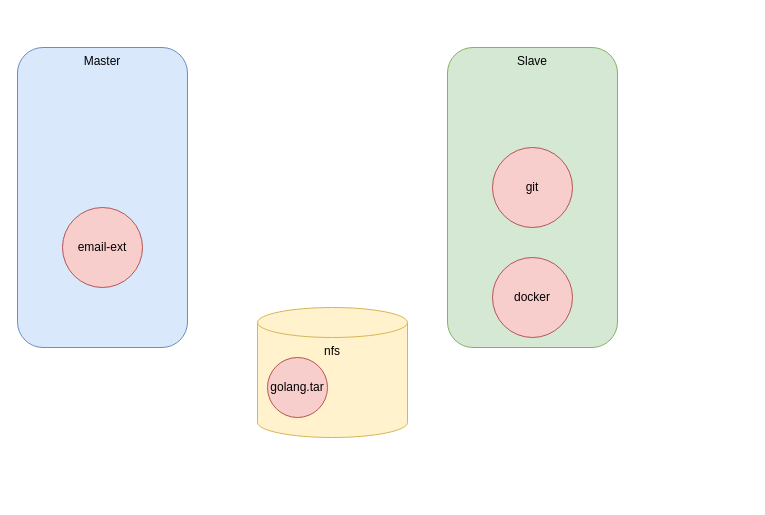
The draw.io diagram page "images" (3 of 5) of jenkins/resource/jenkins.drawio in jameszhangcn/infrastructure, before the edit. Source tidied: cells renumbered, new cells numbered last; positions are measured from the earlier drawing's top-left corner, leaving out a move shared by most shapes. Both pictures are drawn from the tidied source at 100%, with x=0, y=0 at pixel (17, 47).
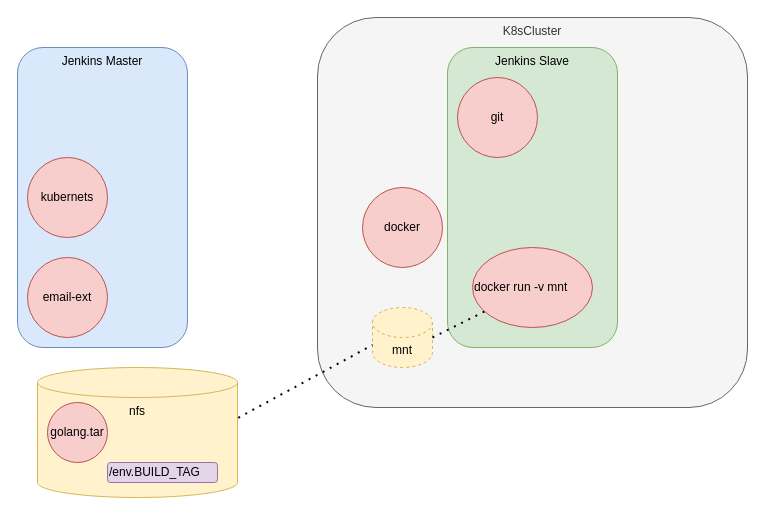
The same page after the edit.

Commit message (it also covers changes not shown here):
add the mnt nfs docker -v

Diff of the diagram source:
```diff
@@
 <mxGraphModel>
   <root>
     <mxCell id="0" />
     <mxCell id="1" parent="0" />
+    <mxCell id="9" value="K8sCluster" style="rounded=1;whiteSpace=wrap;html=1;fillColor=#f5f5f5;strokeColor=#666666;fontColor=#333333;verticalAlign=top;align=center;" parent="1" vertex="1">
+      <mxGeometry x="300" y="-30" width="430" height="390" as="geometry" />
+    </mxCell>
-    <mxCell id="2" value="Master" style="rounded=1;whiteSpace=wrap;html=1;fillColor=#dae8fc;strokeColor=#6c8ebf;verticalAlign=top;" parent="1" vertex="1">
+    <mxCell id="2" value="Jenkins Master" style="rounded=1;whiteSpace=wrap;html=1;fillColor=#dae8fc;strokeColor=#6c8ebf;verticalAlign=top;" parent="1" vertex="1">
       <mxGeometry width="170" height="300" as="geometry" />
     </mxCell>
-    <mxCell id="3" value="Slave" style="rounded=1;whiteSpace=wrap;html=1;fillColor=#d5e8d4;strokeColor=#82b366;verticalAlign=top;" parent="1" vertex="1">
+    <mxCell id="3" value="Jenkins Slave" style="rounded=1;whiteSpace=wrap;html=1;fillColor=#d5e8d4;strokeColor=#82b366;verticalAlign=top;" parent="1" vertex="1">
       <mxGeometry x="430" width="170" height="300" as="geometry" />
     </mxCell>
     <mxCell id="4" value="git" style="ellipse;whiteSpace=wrap;html=1;fillColor=#f8cecc;strokeColor=#b85450;" parent="1" vertex="1">
-      <mxGeometry x="475" y="100" width="80" height="80" as="geometry" />
+      <mxGeometry x="440" y="30" width="80" height="80" as="geometry" />
     </mxCell>
     <mxCell id="5" value="email-ext" style="ellipse;whiteSpace=wrap;html=1;fillColor=#f8cecc;strokeColor=#b85450;" parent="1" vertex="1">
-      <mxGeometry x="45" y="160" width="80" height="80" as="geometry" />
+      <mxGeometry x="10" y="210" width="80" height="80" as="geometry" />
     </mxCell>
     <mxCell id="6" value="docker" style="ellipse;whiteSpace=wrap;html=1;fillColor=#f8cecc;strokeColor=#b85450;" parent="1" vertex="1">
-      <mxGeometry x="475" y="210" width="80" height="80" as="geometry" />
+      <mxGeometry x="345" y="140" width="80" height="80" as="geometry" />
     </mxCell>
     <mxCell id="7" value="nfs" style="shape=cylinder3;whiteSpace=wrap;html=1;boundedLbl=1;backgroundOutline=1;size=15;fillColor=#fff2cc;strokeColor=#d6b656;verticalAlign=top;" parent="1" vertex="1">
-      <mxGeometry x="240" y="260" width="150" height="130" as="geometry" />
+      <mxGeometry x="20" y="320" width="200" height="130" as="geometry" />
     </mxCell>
     <mxCell id="8" value="golang.tar" style="ellipse;whiteSpace=wrap;html=1;fillColor=#f8cecc;strokeColor=#b85450;" parent="1" vertex="1">
-      <mxGeometry x="250" y="310" width="60" height="60" as="geometry" />
+      <mxGeometry x="30" y="355" width="60" height="60" as="geometry" />
     </mxCell>
+    <mxCell id="10" value="mnt" style="shape=cylinder3;whiteSpace=wrap;html=1;boundedLbl=1;backgroundOutline=1;size=15;align=center;fillColor=#fff2cc;strokeColor=#d6b656;dashed=1;" parent="1" vertex="1">
+      <mxGeometry x="355" y="260" width="60" height="60" as="geometry" />
+    </mxCell>
+    <mxCell id="11" style="endArrow=none;dashed=1;html=1;dashPattern=1 3;strokeWidth=2;exitX=1.004;exitY=0.387;exitDx=0;exitDy=0;exitPerimeter=0;entryX=0;entryY=0;entryDx=0;entryDy=37.5;entryPerimeter=0;" parent="1" edge="1" source="7" target="10">
+      <mxGeometry relative="1" as="geometry" />
+    </mxCell>
+    <mxCell id="12" value="docker run -v mnt" style="ellipse;whiteSpace=wrap;html=1;align=left;fillColor=#f8cecc;strokeColor=#b85450;" parent="1" vertex="1">
+      <mxGeometry x="455" y="200" width="120" height="80" as="geometry" />
+    </mxCell>
+    <mxCell id="13" value="kubernets" style="ellipse;whiteSpace=wrap;html=1;fillColor=#f8cecc;strokeColor=#b85450;" parent="1" vertex="1">
+      <mxGeometry x="10" y="110" width="80" height="80" as="geometry" />
+    </mxCell>
+    <mxCell id="14" style="endArrow=none;dashed=1;html=1;dashPattern=1 3;strokeWidth=2;exitX=1;exitY=0.5;exitDx=0;exitDy=0;exitPerimeter=0;" parent="1" edge="1" source="10" target="12">
+      <mxGeometry relative="1" as="geometry" />
+    </mxCell>
+    <mxCell id="15" value="/env.BUILD_TAG" style="rounded=1;whiteSpace=wrap;html=1;align=left;fillColor=#e1d5e7;strokeColor=#9673a6;" parent="1" vertex="1">
+      <mxGeometry x="90" y="415" width="110" height="20" as="geometry" />
+    </mxCell>
   </root>
 </mxGraphModel>
```
